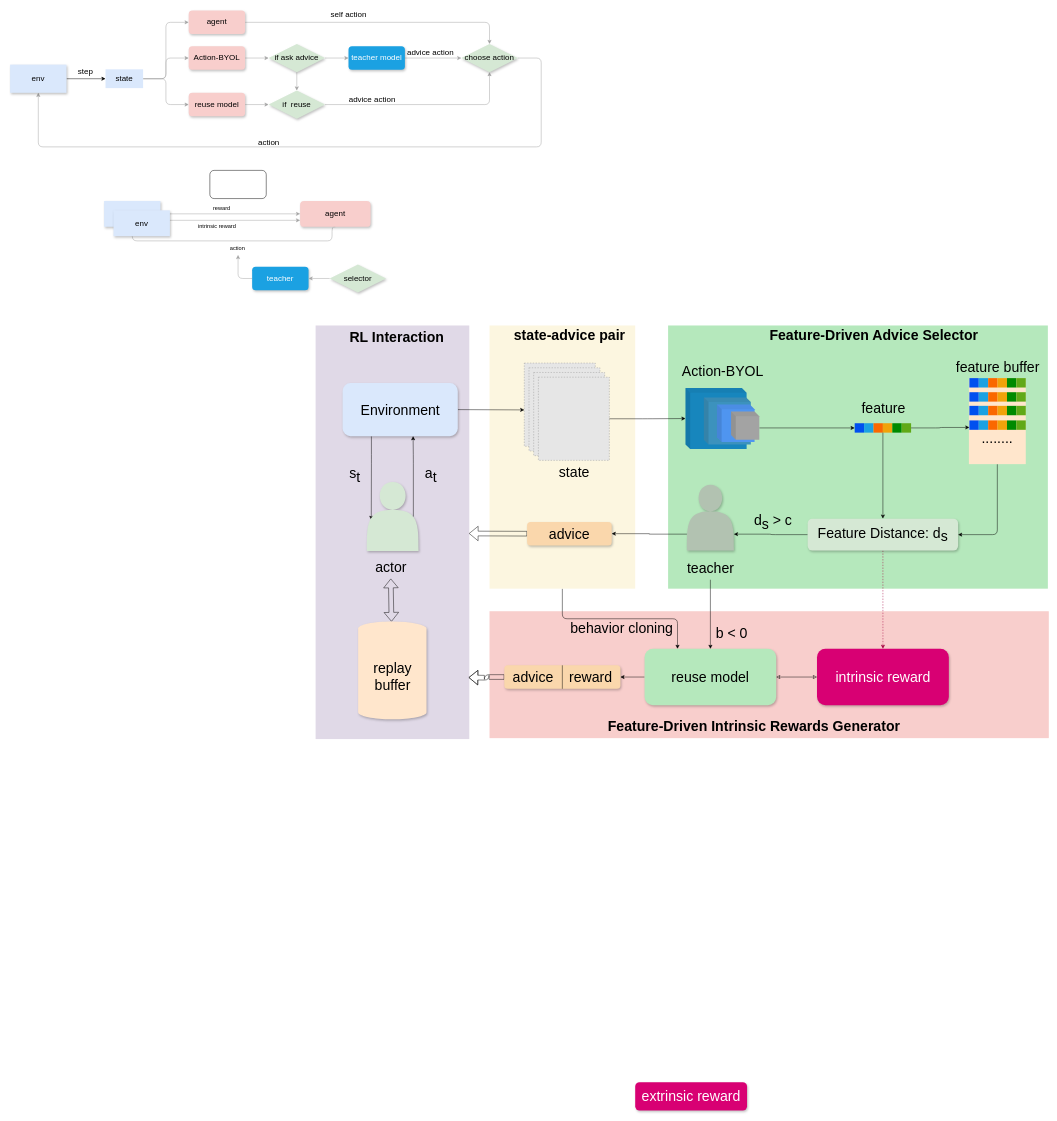
Above: flow.drawio in wyqsss/deep-rl-action-advising (draw.io), before the change. Source tidied: cells renumbered, new cells numbered last; positions are measured from the earlier drawing's top-left corner, leaving out a move shared by most shapes. Both pictures are drawn from the tidied source at 47%, with x=0, y=0 at pixel (10, 8). Pictures stored in the file or linked from it are replaced by grey dashed boxes.
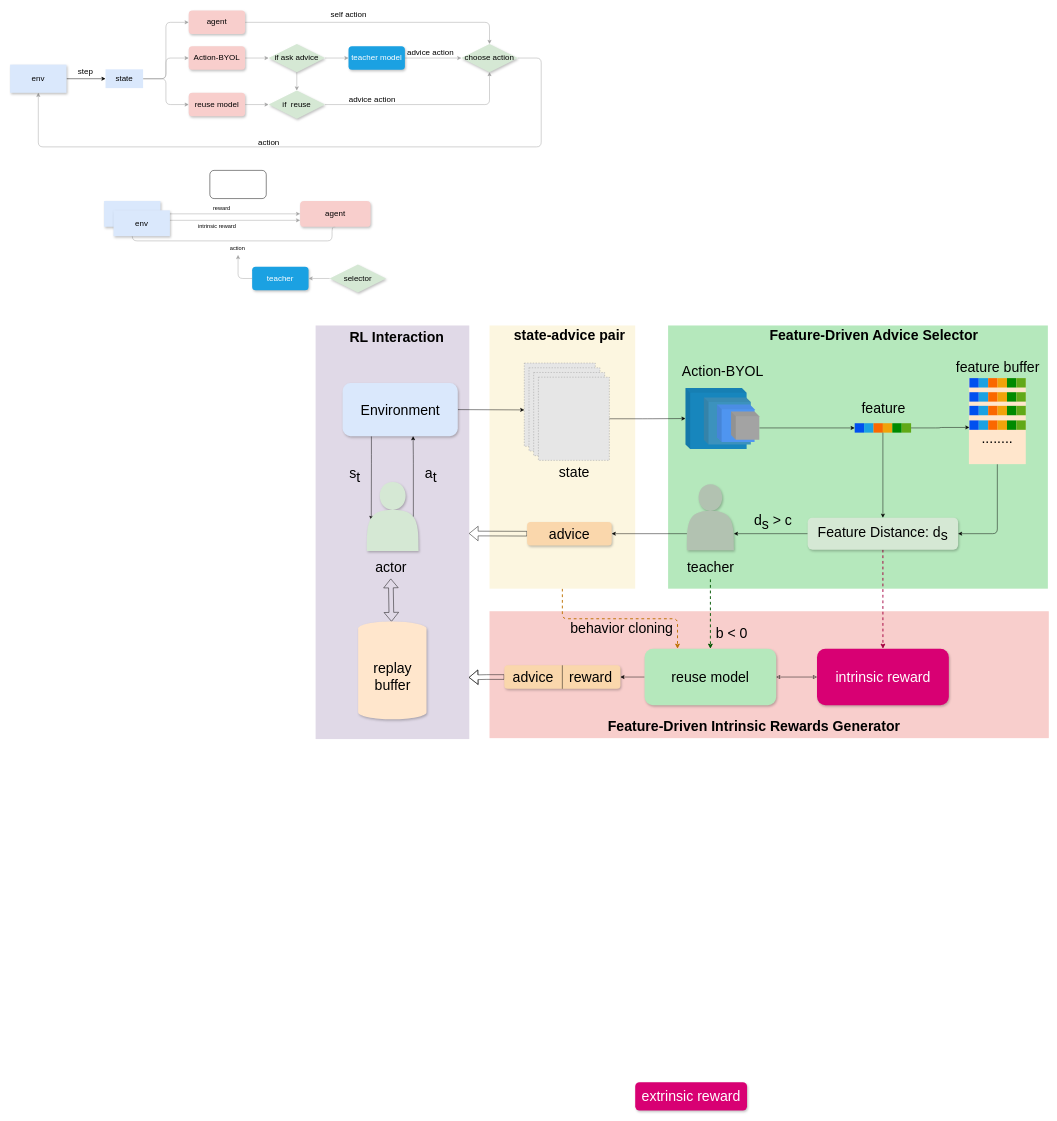
The same diagram, later.

Unchanged cells that the change refers to:
```xml
<mxCell id="2" style="rounded=0;whiteSpace=wrap;html=1;shadow=0;fontSize=30;fillColor=#E0D9E7;strokeColor=none;" parent="1" vertex="1">
  <mxGeometry x="650" y="675" width="327" height="880" as="geometry" />
</mxCell>
<mxCell id="6" style="rounded=0;whiteSpace=wrap;html=1;fillColor=#FCF6E0;strokeColor=none;fontSize=30;" parent="1" vertex="1">
  <mxGeometry x="1020" y="675" width="310" height="560" as="geometry" />
</mxCell>
<mxCell id="56" value="intrinsic reward" style="rounded=1;whiteSpace=wrap;html=1;fontSize=30;fillColor=#d80073;strokeColor=none;fontColor=#ffffff;shadow=1;glass=0;" parent="1" vertex="1">
  <mxGeometry x="1716.8" y="1363" width="280.5" height="120" as="geometry" />
</mxCell>
<mxCell id="104" value="teacher" style="text;html=1;align=center;verticalAlign=middle;points=[];strokeColor=none;fillColor=none;fontSize=30;" parent="102" vertex="1">
  <mxGeometry x="5" y="152" width="120" height="50" as="geometry" />
</mxCell>
<mxCell id="114" value="reuse model" style="whiteSpace=wrap;html=1;rounded=1;fontSize=30;fillColor=#B5E8BC;strokeColor=none;shadow=1;" parent="1" vertex="1">
  <mxGeometry x="1350" y="1363" width="280" height="120" as="geometry" />
</mxCell>
<mxCell id="136" value="advice&amp;nbsp; &amp;nbsp; reward" style="rounded=1;whiteSpace=wrap;html=1;fontSize=30;fillColor=#fad7ac;strokeColor=none;shadow=1;" parent="1" vertex="1">
  <mxGeometry x="1051.5" y="1398" width="247" height="50" as="geometry" />
</mxCell>
```

Change to the diagram source:
```diff
@@
-    <mxCell id="5" style="edgeStyle=orthogonalEdgeStyle;rounded=1;jettySize=auto;html=1;exitX=0.5;exitY=1;exitDx=0;exitDy=0;entryX=0.25;entryY=0;entryDx=0;entryDy=0;fontSize=30;startArrow=none;startFill=0;endArrow=classic;endFill=1;" parent="1" edge="1" source="6" target="114">
+    <mxCell id="5" style="edgeStyle=orthogonalEdgeStyle;rounded=1;jettySize=auto;html=1;exitX=0.5;exitY=1;exitDx=0;exitDy=0;entryX=0.25;entryY=0;entryDx=0;entryDy=0;fontSize=30;startArrow=none;startFill=0;endArrow=classic;endFill=1;fillColor=#f0a30a;strokeColor=#BD7000;dashed=1;strokeWidth=2;" parent="1" edge="1" source="6" target="114">
       <mxGeometry relative="1" as="geometry" />
     </mxCell>
@@
-    <mxCell id="52" style="edgeStyle=orthogonalEdgeStyle;rounded=1;jettySize=auto;html=1;exitX=0.5;exitY=1;exitDx=0;exitDy=0;fontSize=30;dashed=1;fillColor=#d80073;strokeColor=#A50040;" parent="1" edge="1" source="53" target="56">
+    <mxCell id="52" style="edgeStyle=orthogonalEdgeStyle;rounded=1;jettySize=auto;html=1;exitX=0.5;exitY=1;exitDx=0;exitDy=0;fontSize=30;dashed=1;fillColor=#d80073;strokeColor=#A50040;strokeWidth=2;" parent="1" edge="1" source="53" target="56">
       <mxGeometry relative="1" as="geometry" />
     </mxCell>
     <mxCell id="53" value="Feature Distance: d&lt;sub style=&quot;font-size: 30px;&quot;&gt;s&lt;/sub&gt;" style="rounded=1;whiteSpace=wrap;html=1;fontSize=30;fillColor=#d5e8d4;strokeColor=none;shadow=1;" parent="1" vertex="1">
-      <mxGeometry x="1697" y="1086" width="320" height="68" as="geometry" />
+      <mxGeometry x="1697" y="1084" width="320" height="68" as="geometry" />
     </mxCell>
@@
     <mxCell id="102" style="group;fontSize=30;" parent="1" vertex="1">
-      <mxGeometry x="1425" y="1014" width="130" height="202" as="geometry" />
+      <mxGeometry x="1425" y="1013" width="130" height="202" as="geometry" />
     </mxCell>
@@
-    <mxCell id="133" style="edgeStyle=none;rounded=1;jettySize=auto;html=1;entryX=0.5;entryY=0;entryDx=0;entryDy=0;fontSize=30;startArrow=none;startFill=0;" parent="1" edge="1" source="104" target="114">
+    <mxCell id="133" style="edgeStyle=none;rounded=1;jettySize=auto;html=1;entryX=0.5;entryY=0;entryDx=0;entryDy=0;fontSize=30;startArrow=none;startFill=0;fillColor=#008a00;strokeColor=#005700;dashed=1;strokeWidth=2;" parent="1" edge="1" source="104" target="114">
       <mxGeometry relative="1" as="geometry" />
     </mxCell>
@@
-    <mxCell id="135" style="edgeStyle=orthogonalEdgeStyle;rounded=1;jettySize=auto;html=1;exitX=0;exitY=0.5;exitDx=0;exitDy=0;entryX=0.996;entryY=0.867;entryDx=0;entryDy=0;entryPerimeter=0;fontSize=30;startArrow=none;startFill=0;endArrow=classic;endFill=1;shape=flexArrow;" parent="1" edge="1" source="136">
-      <mxGeometry relative="1" as="geometry">
-        <mxPoint x="975.7" y="1424" as="targetPoint" />
-      </mxGeometry>
-    </mxCell>
+    <mxCell id="139" style="edgeStyle=orthogonalEdgeStyle;rounded=1;jettySize=auto;html=1;exitX=0;exitY=0.5;exitDx=0;exitDy=0;entryX=0.997;entryY=0.851;entryDx=0;entryDy=0;entryPerimeter=0;fontSize=11;startArrow=none;startFill=0;endArrow=classic;endFill=1;shape=flexArrow;" parent="1" edge="1" source="136" target="2">
+      <mxGeometry relative="1" as="geometry" />
+    </mxCell>
```
